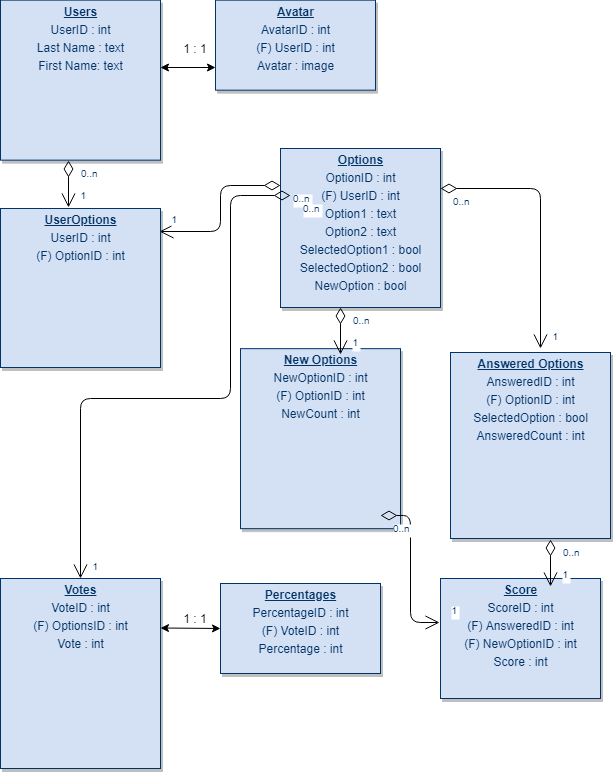
Earlier version of the draw.io export design/entities.png (budostylz/Would-You-Rather). Source tidied: cells renumbered, new cells last; positions are measured from the earlier drawing's top-left corner, leaving out a move shared by most shapes.
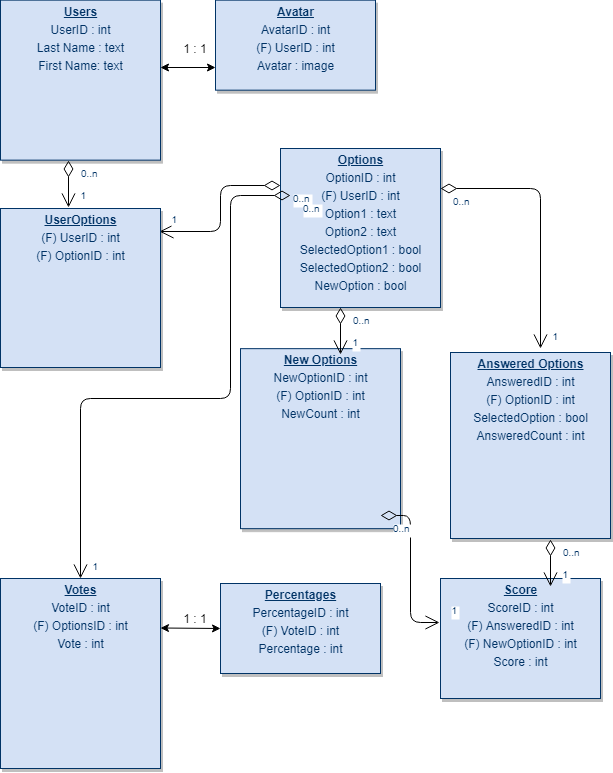
Later version of the same file.

What changed in the source:
```diff
@@ -49,7 +49,7 @@
         <mxPoint x="160" y="67" as="sourcePoint" />
       </mxGeometry>
     </mxCell>
-    <mxCell id="15" value="&lt;p style=&quot;margin: 4px 0px 0px ; text-align: center&quot;&gt;&lt;b&gt;&lt;u&gt;UserOptions&lt;/u&gt;&lt;/b&gt;&lt;/p&gt;&lt;p style=&quot;margin: 4px 0px 0px ; text-align: center&quot;&gt;UserID : int&lt;br&gt;&lt;/p&gt;&lt;p style=&quot;margin: 4px 0px 0px ; text-align: center&quot;&gt;(F) OptionID : int&lt;/p&gt;&lt;p style=&quot;margin: 4px 0px 0px ; text-align: center&quot;&gt;&lt;br&gt;&lt;/p&gt;" style="verticalAlign=top;align=left;overflow=fill;fontSize=12;fontFamily=Helvetica;html=1;strokeColor=#003366;shadow=1;fillColor=#D4E1F5;fontColor=#003366;" parent="1" vertex="1">
+    <mxCell id="15" value="&lt;p style=&quot;margin: 4px 0px 0px ; text-align: center&quot;&gt;&lt;b&gt;&lt;u&gt;UserOptions&lt;/u&gt;&lt;/b&gt;&lt;/p&gt;&lt;p style=&quot;margin: 4px 0px 0px ; text-align: center&quot;&gt;(F) UserID : int&lt;br&gt;&lt;/p&gt;&lt;p style=&quot;margin: 4px 0px 0px ; text-align: center&quot;&gt;(F) OptionID : int&lt;/p&gt;&lt;p style=&quot;margin: 4px 0px 0px ; text-align: center&quot;&gt;&lt;br&gt;&lt;/p&gt;" style="verticalAlign=top;align=left;overflow=fill;fontSize=12;fontFamily=Helvetica;html=1;strokeColor=#003366;shadow=1;fillColor=#D4E1F5;fontColor=#003366;" parent="1" vertex="1">
       <mxGeometry y="208" width="160" height="159" as="geometry" />
     </mxCell>
     <mxCell id="16" style="endArrow=open;endSize=12;startArrow=diamondThin;startSize=14;startFill=0;edgeStyle=orthogonalEdgeStyle;entryX=0.425;entryY=-0.006;entryDx=0;entryDy=0;entryPerimeter=0;" parent="1" edge="1" target="15">
```
